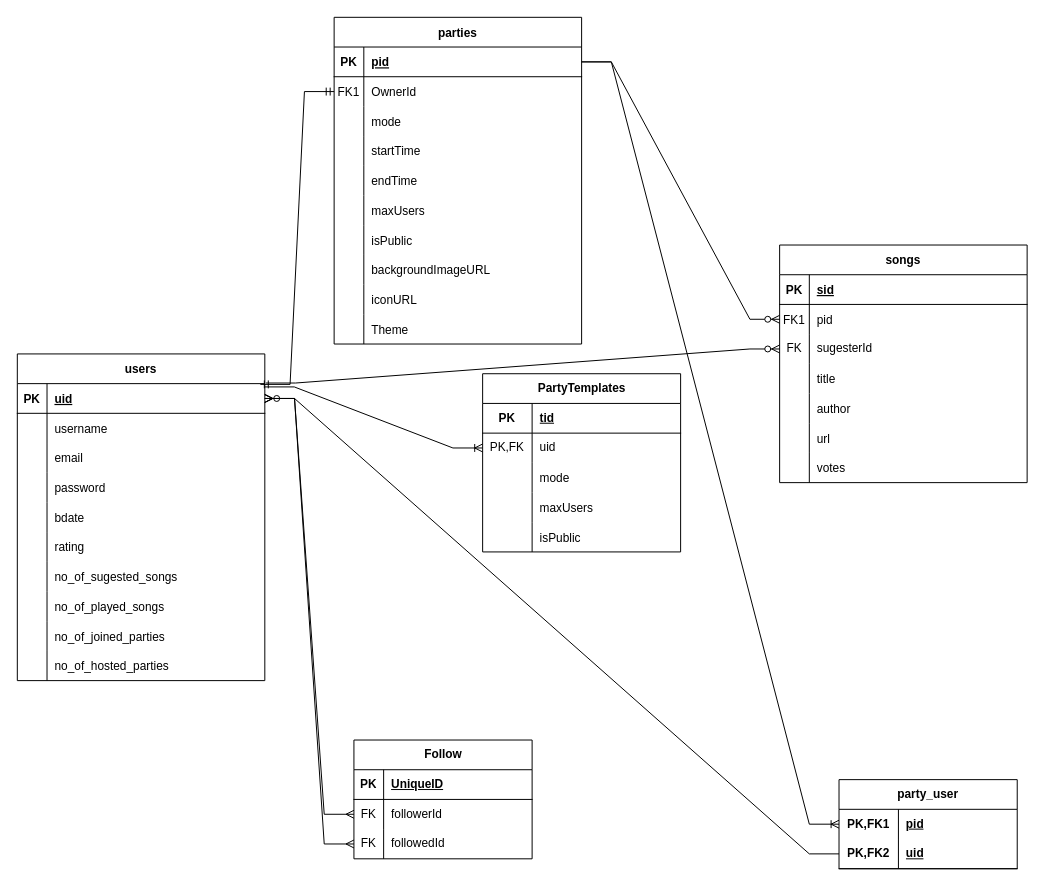
Above: docs/PMA_database.drawio in DavidUKr/PartyMusicApp (draw.io), before the change. Source tidied: cells renumbered, new cells numbered last; positions are measured from the earlier drawing's top-left corner, leaving out a move shared by most shapes. Both pictures are drawn from the tidied source at 99%, with x=0, y=0 at pixel (17, 17).
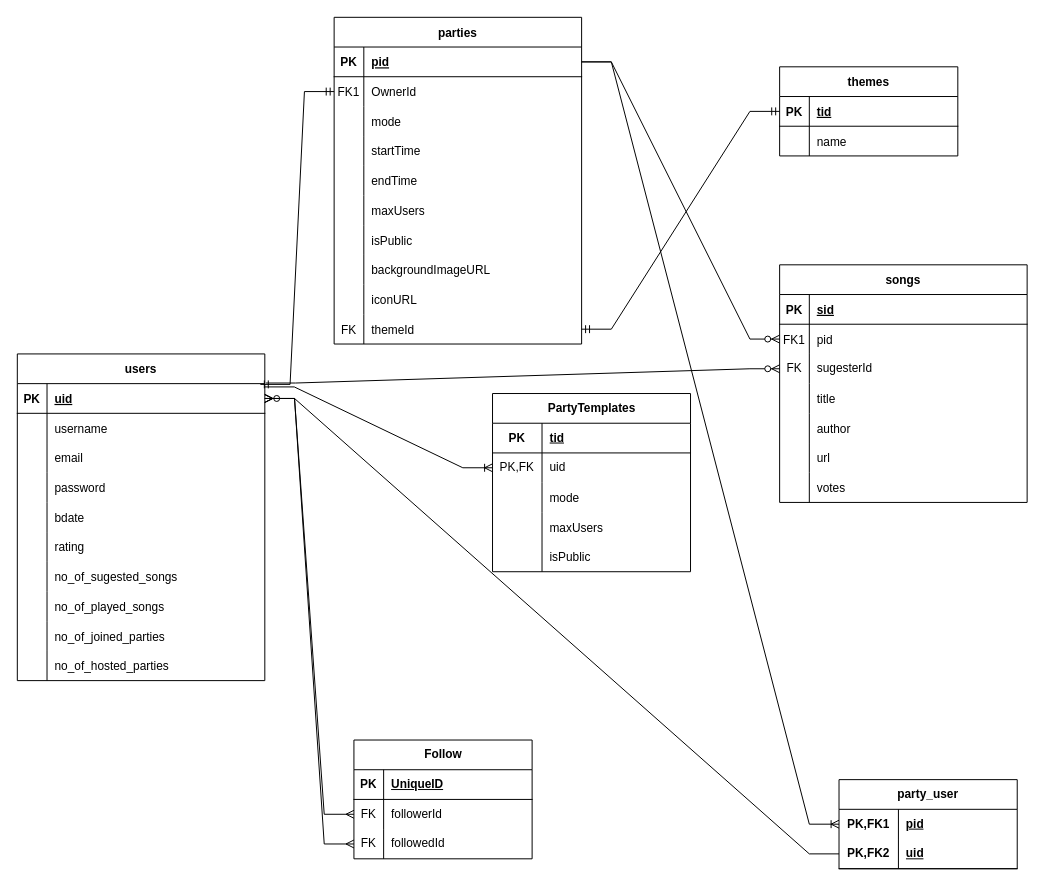
The same diagram, later.

Commit message (it also covers changes not shown here):
Party and Theme models

The change refers to these unchanged cells:
```xml
<mxCell id="122" style="shape=tableRow;horizontal=0;startSize=0;swimlaneHead=0;swimlaneBody=0;fillColor=none;points=[[0,0.5],[1,0.5]];portConstraint=eastwest;top=0;left=0;right=0;bottom=0;" parent="94" vertex="1">
  <mxGeometry y="300" width="250" height="30" as="geometry" />
</mxCell>
```

The edit, as a diff of the source:
```diff
@@
     <mxCell id="2" value="songs" style="shape=table;startSize=30;childLayout=tableLayout;rowLines=0;fontStyle=1;align=center;" parent="1" vertex="1">
-      <mxGeometry x="770" y="230" width="250" height="240" as="geometry" />
+      <mxGeometry x="770" y="250" width="250" height="240" as="geometry" />
     </mxCell>
@@
     <mxCell id="78" value="PartyTemplates" style="shape=table;startSize=30;childLayout=tableLayout;rowLines=0;fontStyle=1;align=center;html=1;" parent="1" vertex="1">
-      <mxGeometry x="470" y="360" width="200" height="180" as="geometry" />
+      <mxGeometry x="480" y="380" width="200" height="180" as="geometry" />
     </mxCell>
@@
-    <mxCell id="123" style="shape=partialRectangle;fillColor=none;top=0;left=0;bottom=0;right=0;overflow=hidden;" parent="122" vertex="1">
+    <mxCell id="123" value="FK" style="shape=partialRectangle;fillColor=none;top=0;left=0;bottom=0;right=0;overflow=hidden;" parent="122" vertex="1">
       <mxGeometry width="30" height="30" as="geometry" />
     </mxCell>
-    <mxCell id="124" value="Theme" style="shape=partialRectangle;fillColor=none;top=0;left=0;bottom=0;right=0;align=left;spacingLeft=6;overflow=hidden;" parent="122" vertex="1">
+    <mxCell id="124" value="themeId" style="shape=partialRectangle;fillColor=none;top=0;left=0;bottom=0;right=0;align=left;spacingLeft=6;overflow=hidden;" parent="122" vertex="1">
       <mxGeometry x="30" width="220" height="30" as="geometry" />
     </mxCell>
@@
+    <mxCell id="127" value="themes" style="shape=table;startSize=30;childLayout=tableLayout;rowLines=0;fontStyle=1;align=center;" parent="1" vertex="1">
+      <mxGeometry x="770" y="50" width="180" height="90" as="geometry" />
+    </mxCell>
+    <mxCell id="128" style="shape=tableRow;horizontal=0;startSize=0;swimlaneHead=0;swimlaneBody=0;fillColor=none;points=[[0,0.5],[1,0.5]];portConstraint=eastwest;top=0;left=0;right=0;bottom=1;" parent="127" vertex="1">
+      <mxGeometry y="30" width="180" height="30" as="geometry" />
+    </mxCell>
+    <mxCell id="129" value="PK" style="shape=partialRectangle;fillColor=none;top=0;left=0;bottom=0;right=0;fontStyle=1;overflow=hidden;" parent="128" vertex="1">
+      <mxGeometry width="30" height="30" as="geometry" />
+    </mxCell>
+    <mxCell id="130" value="tid" style="shape=partialRectangle;fillColor=none;top=0;left=0;bottom=0;right=0;align=left;spacingLeft=6;fontStyle=5;overflow=hidden;" parent="128" vertex="1">
+      <mxGeometry x="30" width="150" height="30" as="geometry" />
+    </mxCell>
+    <mxCell id="131" style="shape=tableRow;horizontal=0;startSize=0;swimlaneHead=0;swimlaneBody=0;fillColor=none;top=0;left=0;right=0;bottom=0;" parent="127" vertex="1">
+      <mxGeometry y="60" width="180" height="30" as="geometry" />
+    </mxCell>
+    <mxCell id="132" style="shape=partialRectangle;fillColor=none;top=0;left=0;bottom=0;right=0;overflow=hidden;" parent="131" vertex="1">
+      <mxGeometry width="30" height="30" as="geometry" />
+    </mxCell>
+    <mxCell id="133" value="name" style="shape=partialRectangle;fillColor=none;top=0;left=0;bottom=0;right=0;align=left;spacingLeft=6;overflow=hidden;" parent="131" vertex="1">
+      <mxGeometry x="30" width="150" height="30" as="geometry" />
+    </mxCell>
+    <mxCell id="134" style="edgeStyle=entityRelationEdgeStyle;fontSize=12;html=1;endArrow=ERmandOne;startArrow=ERmandOne;rounded=0;exitX=1;exitY=0.5;exitDx=0;exitDy=0;entryX=0;entryY=0.5;entryDx=0;entryDy=0;" parent="1" edge="1" source="122" target="128">
+      <mxGeometry relative="1" as="geometry" />
+    </mxCell>
```
